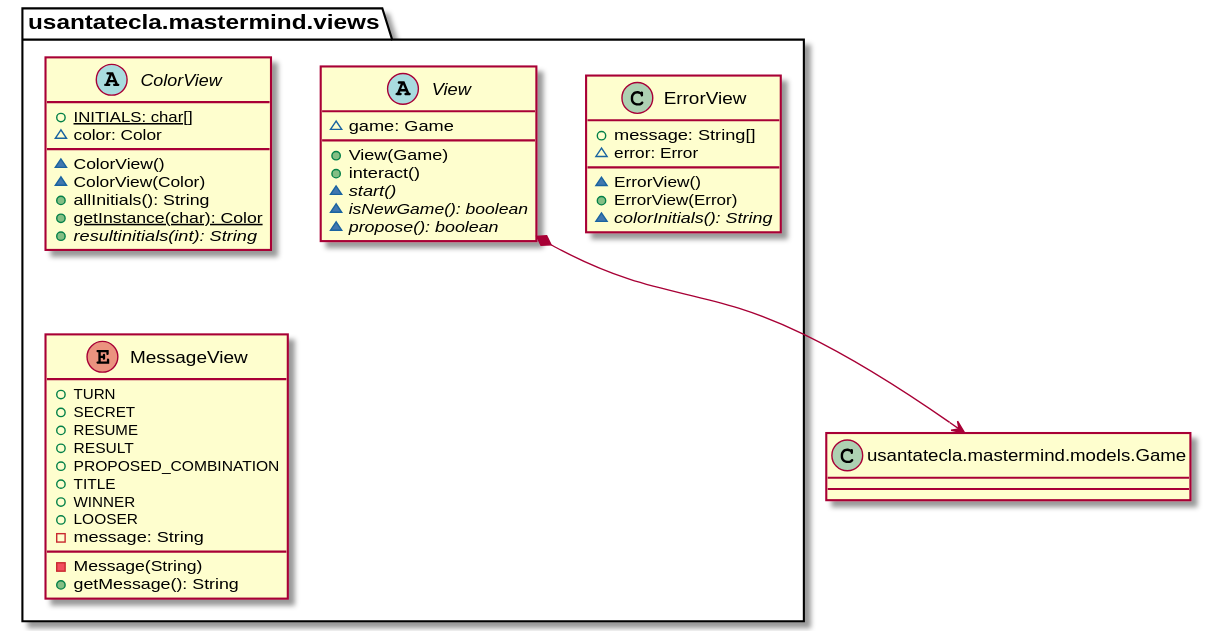
Before: documentView/withFactoryMethod/docs/diagrams/out/paquetes/mastermind.views.svg, a diagram exported from PlantUML (SantaTecla-mastermind/solution.java.swing.socket.sql).
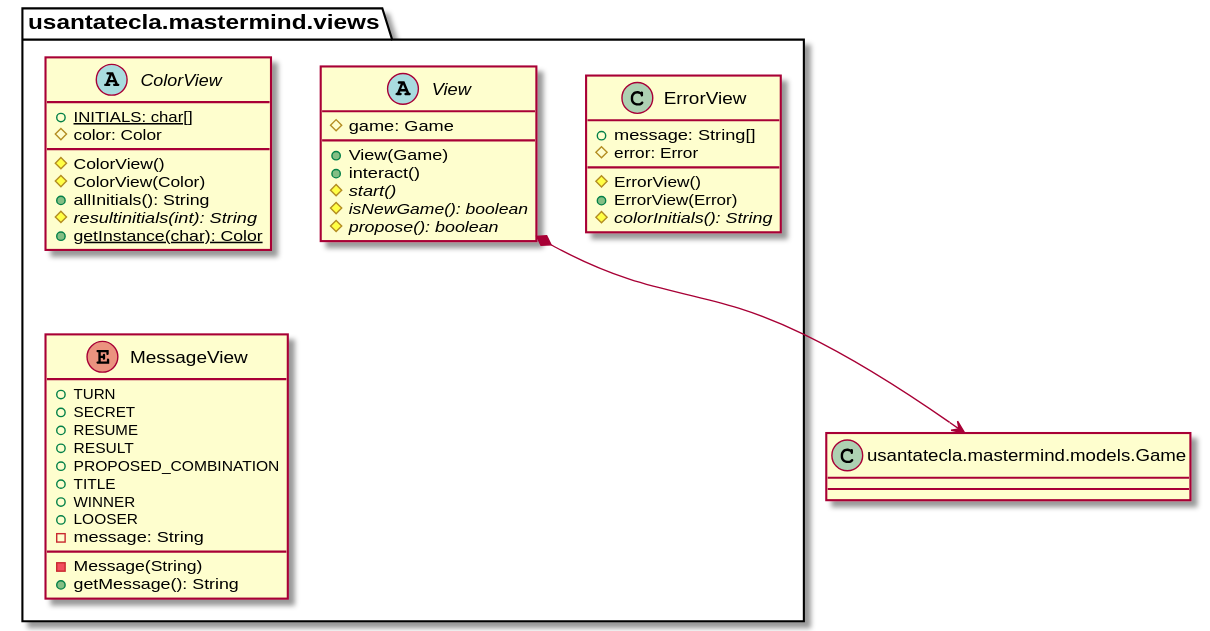
Later version of the same file.

Change to the diagram source:
```diff
@@ -1,20 +1,20 @@
 @startuml
 abstract class  usantatecla.mastermind.views.ColorView{
 +{static} INITIALS: char[]
-~color: Color
-~ ColorView()
-~ ColorView(Color)
+# color: Color
+# ColorView()
+# ColorView(Color)
 + allInitials(): String
+# {abstract} resultinitials(int): String
 + {static} getInstance(char): Color
-+ {abstract} resultinitials(int): String
 }
 
 class  usantatecla.mastermind.views.ErrorView{
 + message: String[]
-~ error: Error
-~ ErrorView()
+# error: Error
+# ErrorView()
 + ErrorView(Error)
-~ {abstract} colorInitials(): String
+# {abstract} colorInitials(): String
 }
 
 enum  usantatecla.mastermind.views.MessageView{
@@ -32,12 +32,12 @@
 }
 
 abstract class  usantatecla.mastermind.views.View{
-~ game: Game
+# game: Game
 + View(Game)
 + interact()
-~ {abstract} start()
-~ {abstract} isNewGame(): boolean
-~ {abstract} propose(): boolean
+# {abstract} start()
+# {abstract} isNewGame(): boolean
+# {abstract} propose(): boolean
 }
 
 class Game as "usantatecla.mastermind.models.Game"{
```
